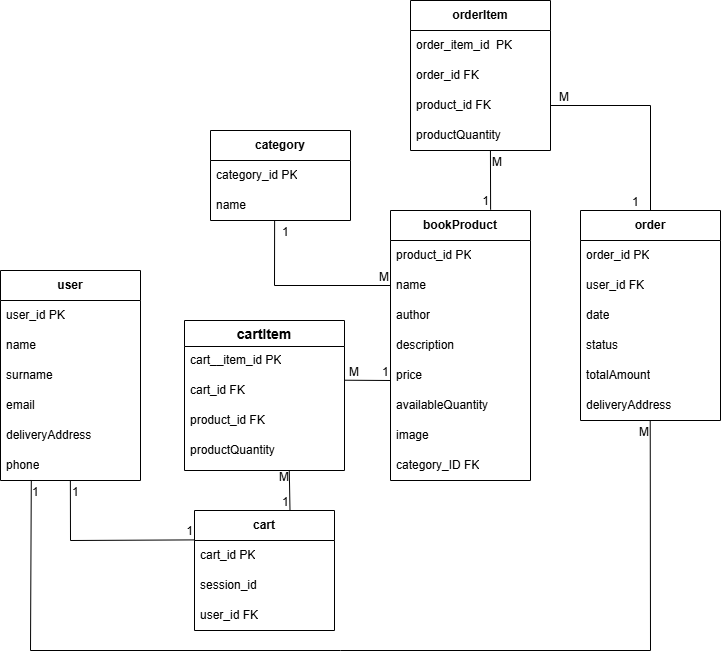
Above: ER.png in dianalianguzova/BookStore (draw.io), before the change. Source tidied: cells renumbered, new cells last; positions are measured from the earlier drawing's top-left corner, leaving out a move shared by most shapes. The source it was exported from:
```xml
<mxGraphModel background="#FFFFFF">
  <root>
    <mxCell id="0" />
    <mxCell id="1" parent="0" />
    <mxCell id="2" value="&lt;b&gt;user&lt;/b&gt;" style="swimlane;fontStyle=0;horizontal=1;startSize=30;whiteSpace=wrap;html=1;" parent="1" vertex="1">
      <mxGeometry y="270" width="140" height="210" as="geometry" />
    </mxCell>
    <mxCell id="3" value="user_id PK" style="text;strokeColor=none;fillColor=none;align=left;verticalAlign=middle;spacingLeft=4;spacingRight=4;overflow=hidden;whiteSpace=wrap;html=1;" parent="2" vertex="1">
      <mxGeometry y="30" width="140" height="30" as="geometry" />
    </mxCell>
    <mxCell id="4" value="name" style="text;strokeColor=none;fillColor=none;align=left;verticalAlign=middle;spacingLeft=4;spacingRight=4;overflow=hidden;whiteSpace=wrap;html=1;" parent="2" vertex="1">
      <mxGeometry y="60" width="140" height="30" as="geometry" />
    </mxCell>
    <mxCell id="5" value="surname" style="text;strokeColor=none;fillColor=none;align=left;verticalAlign=middle;spacingLeft=4;spacingRight=4;overflow=hidden;whiteSpace=wrap;html=1;" parent="2" vertex="1">
      <mxGeometry y="90" width="140" height="30" as="geometry" />
    </mxCell>
    <mxCell id="6" value="email" style="text;strokeColor=none;fillColor=none;align=left;verticalAlign=middle;spacingLeft=4;spacingRight=4;overflow=hidden;whiteSpace=wrap;html=1;" parent="2" vertex="1">
      <mxGeometry y="120" width="140" height="30" as="geometry" />
    </mxCell>
    <mxCell id="7" value="deliveryAddress" style="text;strokeColor=none;fillColor=none;align=left;verticalAlign=middle;spacingLeft=4;spacingRight=4;overflow=hidden;whiteSpace=wrap;html=1;" parent="2" vertex="1">
      <mxGeometry y="150" width="140" height="30" as="geometry" />
    </mxCell>
    <mxCell id="8" value="phone" style="text;strokeColor=none;fillColor=none;align=left;verticalAlign=middle;spacingLeft=4;spacingRight=4;overflow=hidden;points=[[0,0.5],[1,0.5]];portConstraint=eastwest;whiteSpace=wrap;html=1;" parent="2" vertex="1">
      <mxGeometry y="180" width="140" height="30" as="geometry" />
    </mxCell>
    <mxCell id="9" value="&lt;b&gt;bookProduct&lt;/b&gt;" style="swimlane;fontStyle=0;horizontal=1;startSize=30;whiteSpace=wrap;html=1;" parent="1" vertex="1">
      <mxGeometry x="390" y="210" width="140" height="270" as="geometry" />
    </mxCell>
    <mxCell id="10" value="product_id PK" style="text;strokeColor=none;fillColor=none;align=left;verticalAlign=middle;spacingLeft=4;spacingRight=4;overflow=hidden;whiteSpace=wrap;html=1;" parent="9" vertex="1">
      <mxGeometry y="30" width="140" height="30" as="geometry" />
    </mxCell>
    <mxCell id="11" value="name" style="text;strokeColor=none;fillColor=none;align=left;verticalAlign=middle;spacingLeft=4;spacingRight=4;overflow=hidden;points=[[0,0.5],[1,0.5]];portConstraint=eastwest;whiteSpace=wrap;html=1;" parent="9" vertex="1">
      <mxGeometry y="60" width="140" height="30" as="geometry" />
    </mxCell>
    <mxCell id="12" value="author" style="text;strokeColor=none;fillColor=none;align=left;verticalAlign=middle;spacingLeft=4;spacingRight=4;overflow=hidden;whiteSpace=wrap;html=1;" parent="9" vertex="1">
      <mxGeometry y="90" width="140" height="30" as="geometry" />
    </mxCell>
    <mxCell id="13" value="description" style="text;strokeColor=none;fillColor=none;align=left;verticalAlign=middle;spacingLeft=4;spacingRight=4;overflow=hidden;whiteSpace=wrap;html=1;" parent="9" vertex="1">
      <mxGeometry y="120" width="140" height="30" as="geometry" />
    </mxCell>
    <mxCell id="14" value="price" style="text;strokeColor=none;fillColor=none;align=left;verticalAlign=middle;spacingLeft=4;spacingRight=4;overflow=hidden;whiteSpace=wrap;html=1;" parent="9" vertex="1">
      <mxGeometry y="150" width="140" height="30" as="geometry" />
    </mxCell>
    <mxCell id="15" value="availableQuantity" style="text;strokeColor=none;fillColor=none;align=left;verticalAlign=middle;spacingLeft=4;spacingRight=4;overflow=hidden;whiteSpace=wrap;html=1;" parent="9" vertex="1">
      <mxGeometry y="180" width="140" height="30" as="geometry" />
    </mxCell>
    <mxCell id="16" value="image" style="text;strokeColor=none;fillColor=none;align=left;verticalAlign=middle;spacingLeft=4;spacingRight=4;overflow=hidden;whiteSpace=wrap;html=1;" parent="9" vertex="1">
      <mxGeometry y="210" width="140" height="30" as="geometry" />
    </mxCell>
    <mxCell id="17" value="category_ID FK" style="text;strokeColor=none;fillColor=none;align=left;verticalAlign=middle;spacingLeft=4;spacingRight=4;overflow=hidden;whiteSpace=wrap;html=1;" parent="9" vertex="1">
      <mxGeometry y="240" width="140" height="30" as="geometry" />
    </mxCell>
    <mxCell id="18" value="&lt;b&gt;order&lt;/b&gt;" style="swimlane;fontStyle=0;horizontal=1;startSize=30;whiteSpace=wrap;html=1;" parent="1" vertex="1">
      <mxGeometry x="580" y="210" width="140" height="210" as="geometry" />
    </mxCell>
    <mxCell id="19" value="order_id PK" style="text;strokeColor=none;fillColor=none;align=left;verticalAlign=middle;spacingLeft=4;spacingRight=4;overflow=hidden;whiteSpace=wrap;html=1;" parent="18" vertex="1">
      <mxGeometry y="30" width="140" height="30" as="geometry" />
    </mxCell>
    <mxCell id="20" value="user_id FK" style="text;strokeColor=none;fillColor=none;align=left;verticalAlign=middle;spacingLeft=4;spacingRight=4;overflow=hidden;whiteSpace=wrap;html=1;" parent="18" vertex="1">
      <mxGeometry y="60" width="140" height="30" as="geometry" />
    </mxCell>
    <mxCell id="21" value="date" style="text;strokeColor=none;fillColor=none;align=left;verticalAlign=middle;spacingLeft=4;spacingRight=4;overflow=hidden;whiteSpace=wrap;html=1;" parent="18" vertex="1">
      <mxGeometry y="90" width="140" height="30" as="geometry" />
    </mxCell>
    <mxCell id="22" value="status" style="text;strokeColor=none;fillColor=none;align=left;verticalAlign=middle;spacingLeft=4;spacingRight=4;overflow=hidden;whiteSpace=wrap;html=1;" parent="18" vertex="1">
      <mxGeometry y="120" width="140" height="30" as="geometry" />
    </mxCell>
    <mxCell id="23" value="totalAmount" style="text;strokeColor=none;fillColor=none;align=left;verticalAlign=middle;spacingLeft=4;spacingRight=4;overflow=hidden;whiteSpace=wrap;html=1;" parent="18" vertex="1">
      <mxGeometry y="150" width="140" height="30" as="geometry" />
    </mxCell>
    <mxCell id="24" value="deliveryAddress&amp;nbsp;" style="text;strokeColor=none;fillColor=none;align=left;verticalAlign=middle;spacingLeft=4;spacingRight=4;overflow=hidden;points=[[0,0.5],[1,0.5]];portConstraint=eastwest;whiteSpace=wrap;html=1;" parent="18" vertex="1">
      <mxGeometry y="180" width="140" height="30" as="geometry" />
    </mxCell>
    <mxCell id="25" value="&lt;b&gt;category&lt;/b&gt;" style="swimlane;fontStyle=0;horizontal=1;startSize=30;whiteSpace=wrap;html=1;" parent="1" vertex="1">
      <mxGeometry x="210" y="130" width="140" height="90" as="geometry" />
    </mxCell>
    <mxCell id="26" value="category_id PK" style="text;strokeColor=none;fillColor=none;align=left;verticalAlign=middle;spacingLeft=4;spacingRight=4;overflow=hidden;whiteSpace=wrap;html=1;" parent="25" vertex="1">
      <mxGeometry y="30" width="140" height="30" as="geometry" />
    </mxCell>
    <mxCell id="27" value="name" style="text;strokeColor=none;fillColor=none;align=left;verticalAlign=middle;spacingLeft=4;spacingRight=4;overflow=hidden;points=[[0,0.5],[1,0.5]];portConstraint=eastwest;whiteSpace=wrap;html=1;" parent="25" vertex="1">
      <mxGeometry y="60" width="140" height="30" as="geometry" />
    </mxCell>
    <mxCell id="28" value="&lt;b&gt;cart&lt;/b&gt;" style="swimlane;fontStyle=0;horizontal=1;startSize=30;whiteSpace=wrap;html=1;" parent="1" vertex="1">
      <mxGeometry x="194" y="510" width="140" height="120" as="geometry" />
    </mxCell>
    <mxCell id="29" value="cart_id PK" style="text;strokeColor=none;fillColor=none;align=left;verticalAlign=middle;spacingLeft=4;spacingRight=4;overflow=hidden;points=[[0,0.5],[1,0.5]];portConstraint=eastwest;whiteSpace=wrap;html=1;" parent="28" vertex="1">
      <mxGeometry y="30" width="140" height="30" as="geometry" />
    </mxCell>
    <mxCell id="30" value="session_id&amp;nbsp;" style="text;strokeColor=none;fillColor=none;align=left;verticalAlign=middle;spacingLeft=4;spacingRight=4;overflow=hidden;whiteSpace=wrap;html=1;" parent="28" vertex="1">
      <mxGeometry y="60" width="140" height="30" as="geometry" />
    </mxCell>
    <mxCell id="31" value="user_id FK" style="text;strokeColor=none;fillColor=none;align=left;verticalAlign=middle;spacingLeft=4;spacingRight=4;overflow=hidden;whiteSpace=wrap;html=1;" parent="28" vertex="1">
      <mxGeometry y="90" width="140" height="30" as="geometry" />
    </mxCell>
    <mxCell id="32" value="&lt;b&gt;orderItem&lt;/b&gt;" style="swimlane;fontStyle=0;horizontal=1;startSize=30;whiteSpace=wrap;html=1;" parent="1" vertex="1">
      <mxGeometry x="410" width="140" height="150" as="geometry" />
    </mxCell>
    <mxCell id="33" value="order_item_id&amp;nbsp; PK" style="text;strokeColor=none;fillColor=none;align=left;verticalAlign=middle;spacingLeft=4;spacingRight=4;overflow=hidden;whiteSpace=wrap;html=1;" parent="32" vertex="1">
      <mxGeometry y="30" width="140" height="30" as="geometry" />
    </mxCell>
    <mxCell id="34" value="order_id FK" style="text;strokeColor=none;fillColor=none;align=left;verticalAlign=middle;spacingLeft=4;spacingRight=4;overflow=hidden;whiteSpace=wrap;html=1;" parent="32" vertex="1">
      <mxGeometry y="60" width="140" height="30" as="geometry" />
    </mxCell>
    <mxCell id="35" value="product_id FK" style="text;strokeColor=none;fillColor=none;align=left;verticalAlign=middle;spacingLeft=4;spacingRight=4;overflow=hidden;points=[[0,0.5],[1,0.5]];portConstraint=eastwest;whiteSpace=wrap;html=1;" parent="32" vertex="1">
      <mxGeometry y="90" width="140" height="30" as="geometry" />
    </mxCell>
    <mxCell id="36" value="productQuantity" style="text;strokeColor=none;fillColor=none;align=left;verticalAlign=middle;spacingLeft=4;spacingRight=4;overflow=hidden;points=[[0,0.5],[1,0.5]];portConstraint=eastwest;whiteSpace=wrap;html=1;" parent="32" vertex="1">
      <mxGeometry y="120" width="140" height="30" as="geometry" />
    </mxCell>
    <mxCell id="37" style="endArrow=none;html=1;rounded=0;exitX=0.499;exitY=1.012;exitDx=0;exitDy=0;exitPerimeter=0;entryX=0;entryY=-0.02;entryDx=0;entryDy=0;entryPerimeter=0;" parent="1" edge="1" source="8" target="29">
      <mxGeometry relative="1" as="geometry">
        <Array as="points">
          <mxPoint x="70" y="540" />
        </Array>
      </mxGeometry>
    </mxCell>
    <mxCell id="38" value="1" style="html=1;whiteSpace=wrap;align=left;verticalAlign=bottom;" parent="37" vertex="1">
      <mxGeometry x="-1" relative="1" as="geometry">
        <mxPoint y="20" as="offset" />
      </mxGeometry>
    </mxCell>
    <mxCell id="39" value="1" style="html=1;whiteSpace=wrap;align=right;verticalAlign=bottom;" parent="37" vertex="1">
      <mxGeometry x="1" relative="1" as="geometry" />
    </mxCell>
    <mxCell id="40" style="endArrow=none;html=1;rounded=0;exitX=0.458;exitY=0.994;exitDx=0;exitDy=0;exitPerimeter=0;entryX=0;entryY=0.5;entryDx=0;entryDy=0;" parent="1" edge="1" source="27" target="11">
      <mxGeometry relative="1" as="geometry">
        <Array as="points">
          <mxPoint x="274" y="285" />
        </Array>
      </mxGeometry>
    </mxCell>
    <mxCell id="41" value="1" style="html=1;whiteSpace=wrap;align=left;verticalAlign=bottom;" parent="40" vertex="1">
      <mxGeometry x="-1" relative="1" as="geometry">
        <mxPoint x="6" y="20" as="offset" />
      </mxGeometry>
    </mxCell>
    <mxCell id="42" value="M" style="html=1;whiteSpace=wrap;align=right;verticalAlign=bottom;" parent="40" vertex="1">
      <mxGeometry x="1" relative="1" as="geometry" />
    </mxCell>
    <mxCell id="43" value="cartItem" style="swimlane;fontStyle=1;horizontal=1;startSize=26;align=center;fontSize=14;" parent="1" vertex="1">
      <mxGeometry x="184" y="320" width="160" height="150" as="geometry" />
    </mxCell>
    <mxCell id="44" value="cart__item_id PK" style="text;strokeColor=none;fillColor=none;spacingLeft=4;spacingRight=4;overflow=hidden;fontSize=12;whiteSpace=wrap;html=1;" parent="43" vertex="1">
      <mxGeometry y="26" width="160" height="30" as="geometry" />
    </mxCell>
    <mxCell id="45" value="cart_id FK" style="text;strokeColor=none;fillColor=none;spacingLeft=4;spacingRight=4;overflow=hidden;points=[[0,0.5],[1,0.5]];portConstraint=eastwest;fontSize=12;whiteSpace=wrap;html=1;" parent="43" vertex="1">
      <mxGeometry y="56" width="160" height="30" as="geometry" />
    </mxCell>
    <mxCell id="46" value="product_id FK" style="text;strokeColor=none;fillColor=none;spacingLeft=4;spacingRight=4;overflow=hidden;fontSize=12;whiteSpace=wrap;html=1;" parent="43" vertex="1">
      <mxGeometry y="86" width="160" height="30" as="geometry" />
    </mxCell>
    <mxCell id="47" value="productQuantity" style="text;strokeColor=none;fillColor=none;spacingLeft=4;spacingRight=4;overflow=hidden;points=[[0,0.5],[1,0.5]];portConstraint=eastwest;fontSize=12;whiteSpace=wrap;html=1;" parent="43" vertex="1">
      <mxGeometry y="116" width="160" height="34" as="geometry" />
    </mxCell>
    <mxCell id="48" style="endArrow=none;html=1;rounded=0;entryX=0.655;entryY=1.015;entryDx=0;entryDy=0;entryPerimeter=0;exitX=0.682;exitY=-0.003;exitDx=0;exitDy=0;exitPerimeter=0;" parent="1" edge="1" source="28" target="47">
      <mxGeometry relative="1" as="geometry" />
    </mxCell>
    <mxCell id="49" value="M" style="html=1;whiteSpace=wrap;align=right;verticalAlign=bottom;" parent="48" vertex="1">
      <mxGeometry x="1" relative="1" as="geometry">
        <mxPoint x="1" y="14" as="offset" />
      </mxGeometry>
    </mxCell>
    <mxCell id="50" value="1" style="html=1;whiteSpace=wrap;align=left;verticalAlign=bottom;" parent="1" vertex="1">
      <mxGeometry x="280" y="510" as="geometry" />
    </mxCell>
    <mxCell id="51" style="endArrow=none;html=1;rounded=0;exitX=1.003;exitY=0.124;exitDx=0;exitDy=0;exitPerimeter=0;" parent="1" edge="1" source="45">
      <mxGeometry relative="1" as="geometry">
        <mxPoint x="390" y="380" as="targetPoint" />
      </mxGeometry>
    </mxCell>
    <mxCell id="52" value="M" style="html=1;whiteSpace=wrap;align=right;verticalAlign=bottom;" parent="51" vertex="1">
      <mxGeometry x="1" relative="1" as="geometry">
        <mxPoint x="-30" as="offset" />
      </mxGeometry>
    </mxCell>
    <mxCell id="53" value="1" style="html=1;whiteSpace=wrap;align=left;verticalAlign=bottom;" parent="1" vertex="1">
      <mxGeometry x="380" y="380" as="geometry" />
    </mxCell>
    <mxCell id="54" style="endArrow=none;html=1;rounded=0;exitX=0.5;exitY=0;exitDx=0;exitDy=0;entryX=1;entryY=0.5;entryDx=0;entryDy=0;" parent="1" edge="1" source="18" target="35">
      <mxGeometry relative="1" as="geometry">
        <Array as="points">
          <mxPoint x="650" y="105" />
        </Array>
      </mxGeometry>
    </mxCell>
    <mxCell id="55" value="1" style="html=1;whiteSpace=wrap;align=left;verticalAlign=bottom;" parent="54" vertex="1">
      <mxGeometry x="-1" relative="1" as="geometry">
        <mxPoint x="-20" as="offset" />
      </mxGeometry>
    </mxCell>
    <mxCell id="56" value="M" style="html=1;whiteSpace=wrap;align=right;verticalAlign=bottom;" parent="54" vertex="1">
      <mxGeometry x="1" relative="1" as="geometry">
        <mxPoint x="20" as="offset" />
      </mxGeometry>
    </mxCell>
    <mxCell id="57" style="endArrow=none;html=1;rounded=0;exitX=0.571;exitY=1.006;exitDx=0;exitDy=0;exitPerimeter=0;entryX=0.715;entryY=-0.003;entryDx=0;entryDy=0;entryPerimeter=0;" parent="1" edge="1" source="36" target="9">
      <mxGeometry relative="1" as="geometry" />
    </mxCell>
    <mxCell id="58" value="M" style="html=1;whiteSpace=wrap;align=left;verticalAlign=bottom;" parent="57" vertex="1">
      <mxGeometry x="-1" relative="1" as="geometry">
        <mxPoint y="20" as="offset" />
      </mxGeometry>
    </mxCell>
    <mxCell id="59" value="1" style="html=1;whiteSpace=wrap;align=right;verticalAlign=bottom;" parent="57" vertex="1">
      <mxGeometry x="1" relative="1" as="geometry" />
    </mxCell>
    <mxCell id="60" style="endArrow=none;html=1;rounded=0;exitX=0.22;exitY=0.983;exitDx=0;exitDy=0;exitPerimeter=0;entryX=0.498;entryY=0.987;entryDx=0;entryDy=0;entryPerimeter=0;" parent="1" edge="1" source="8" target="24">
      <mxGeometry relative="1" as="geometry">
        <Array as="points">
          <mxPoint x="30" y="650" />
          <mxPoint x="340" y="650" />
          <mxPoint x="650" y="650" />
        </Array>
      </mxGeometry>
    </mxCell>
    <mxCell id="61" value="1" style="html=1;whiteSpace=wrap;align=left;verticalAlign=bottom;" parent="60" vertex="1">
      <mxGeometry x="-1" relative="1" as="geometry">
        <mxPoint x="-1" y="21" as="offset" />
      </mxGeometry>
    </mxCell>
    <mxCell id="62" value="M" style="html=1;whiteSpace=wrap;align=right;verticalAlign=bottom;" parent="60" vertex="1">
      <mxGeometry x="1" relative="1" as="geometry">
        <mxPoint y="20" as="offset" />
      </mxGeometry>
    </mxCell>
  </root>
</mxGraphModel>
```
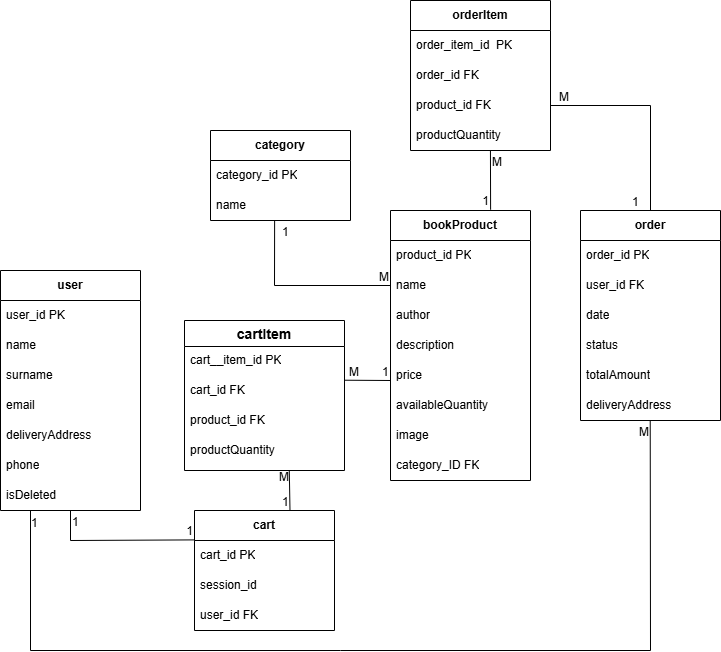
After the change.

Commit message:
Обновлена ER-диаграмма

The edit, as a diff of the source:
```diff
@@ -3,7 +3,7 @@
     <mxCell id="0" />
     <mxCell id="1" parent="0" />
     <mxCell id="2" value="&lt;b&gt;user&lt;/b&gt;" style="swimlane;fontStyle=0;horizontal=1;startSize=30;whiteSpace=wrap;html=1;" parent="1" vertex="1">
-      <mxGeometry y="270" width="140" height="210" as="geometry" />
+      <mxGeometry y="270" width="140" height="240" as="geometry" />
     </mxCell>
     <mxCell id="3" value="user_id PK" style="text;strokeColor=none;fillColor=none;align=left;verticalAlign=middle;spacingLeft=4;spacingRight=4;overflow=hidden;whiteSpace=wrap;html=1;" parent="2" vertex="1">
       <mxGeometry y="30" width="140" height="30" as="geometry" />
@@ -23,6 +23,9 @@
     <mxCell id="8" value="phone" style="text;strokeColor=none;fillColor=none;align=left;verticalAlign=middle;spacingLeft=4;spacingRight=4;overflow=hidden;points=[[0,0.5],[1,0.5]];portConstraint=eastwest;whiteSpace=wrap;html=1;" parent="2" vertex="1">
       <mxGeometry y="180" width="140" height="30" as="geometry" />
     </mxCell>
+    <mxCell id="63" value="isDeleted" style="text;strokeColor=none;fillColor=none;align=left;verticalAlign=middle;spacingLeft=4;spacingRight=4;overflow=hidden;whiteSpace=wrap;html=1;" parent="2" vertex="1">
+      <mxGeometry y="210" width="140" height="30" as="geometry" />
+    </mxCell>
     <mxCell id="9" value="&lt;b&gt;bookProduct&lt;/b&gt;" style="swimlane;fontStyle=0;horizontal=1;startSize=30;whiteSpace=wrap;html=1;" parent="1" vertex="1">
       <mxGeometry x="390" y="210" width="140" height="270" as="geometry" />
     </mxCell>
@@ -107,8 +110,9 @@
     <mxCell id="36" value="productQuantity" style="text;strokeColor=none;fillColor=none;align=left;verticalAlign=middle;spacingLeft=4;spacingRight=4;overflow=hidden;points=[[0,0.5],[1,0.5]];portConstraint=eastwest;whiteSpace=wrap;html=1;" parent="32" vertex="1">
       <mxGeometry y="120" width="140" height="30" as="geometry" />
     </mxCell>
-    <mxCell id="37" style="endArrow=none;html=1;rounded=0;exitX=0.499;exitY=1.012;exitDx=0;exitDy=0;exitPerimeter=0;entryX=0;entryY=-0.02;entryDx=0;entryDy=0;entryPerimeter=0;" parent="1" edge="1" source="8" target="29">
+    <mxCell id="37" style="endArrow=none;html=1;rounded=0;entryX=0;entryY=-0.02;entryDx=0;entryDy=0;entryPerimeter=0;" parent="1" edge="1" target="29">
       <mxGeometry relative="1" as="geometry">
+        <mxPoint x="70" y="510" as="sourcePoint" />
         <Array as="points">
           <mxPoint x="70" y="540" />
         </Array>
@@ -204,8 +208,9 @@
     <mxCell id="59" value="1" style="html=1;whiteSpace=wrap;align=right;verticalAlign=bottom;" parent="57" vertex="1">
       <mxGeometry x="1" relative="1" as="geometry" />
     </mxCell>
-    <mxCell id="60" style="endArrow=none;html=1;rounded=0;exitX=0.22;exitY=0.983;exitDx=0;exitDy=0;exitPerimeter=0;entryX=0.498;entryY=0.987;entryDx=0;entryDy=0;entryPerimeter=0;" parent="1" edge="1" source="8" target="24">
+    <mxCell id="60" style="endArrow=none;html=1;rounded=0;entryX=0.498;entryY=0.987;entryDx=0;entryDy=0;entryPerimeter=0;" parent="1" edge="1" target="24">
       <mxGeometry relative="1" as="geometry">
+        <mxPoint x="30" y="510" as="sourcePoint" />
         <Array as="points">
           <mxPoint x="30" y="650" />
           <mxPoint x="340" y="650" />
```
